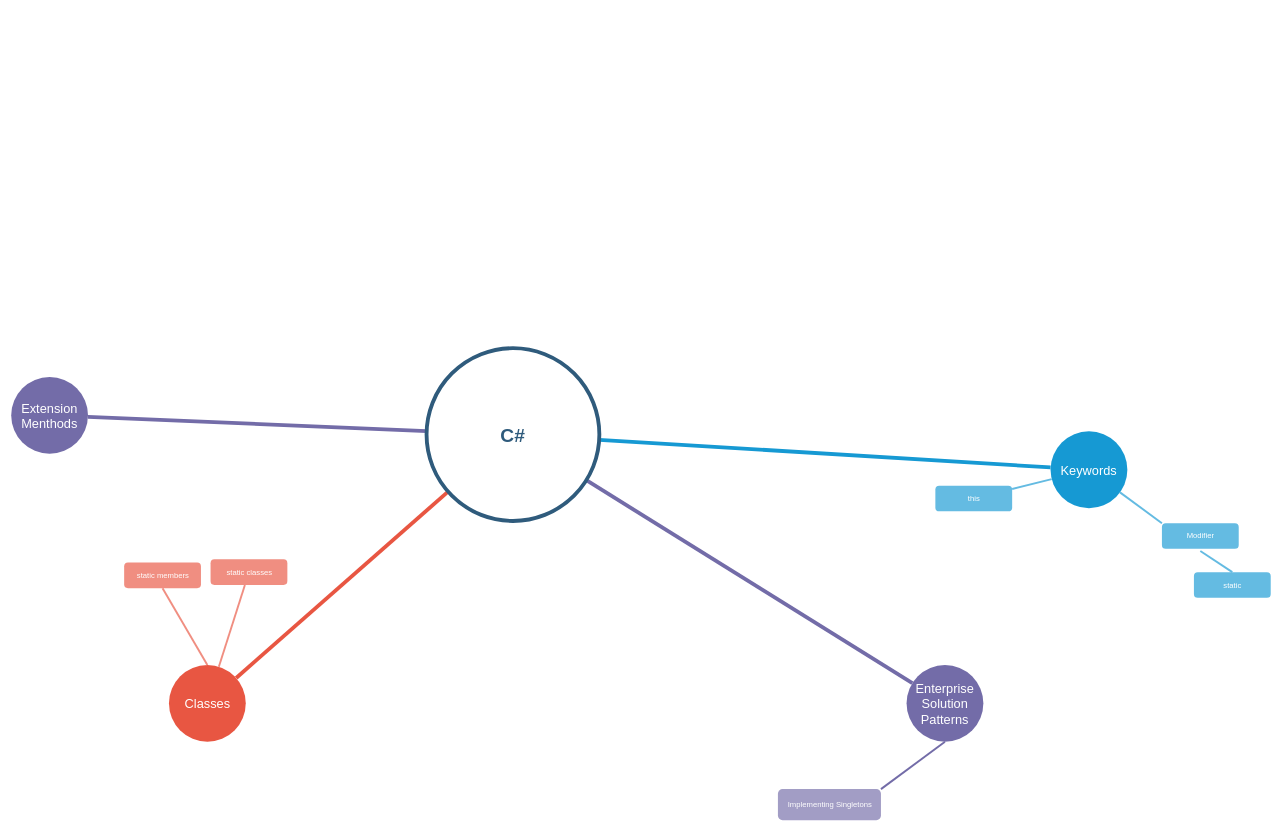
muksiddheswar/Mind-Maps keeps this draw.io diagram as CSharp/C#.drawio. Above is the earlier version. Source tidied: cells renumbered, new cells numbered last; positions are measured from the earlier drawing's top-left corner, leaving out a move shared by most shapes. Both pictures are drawn from the tidied source at 64%, with x=0, y=0 at pixel (11, 348).
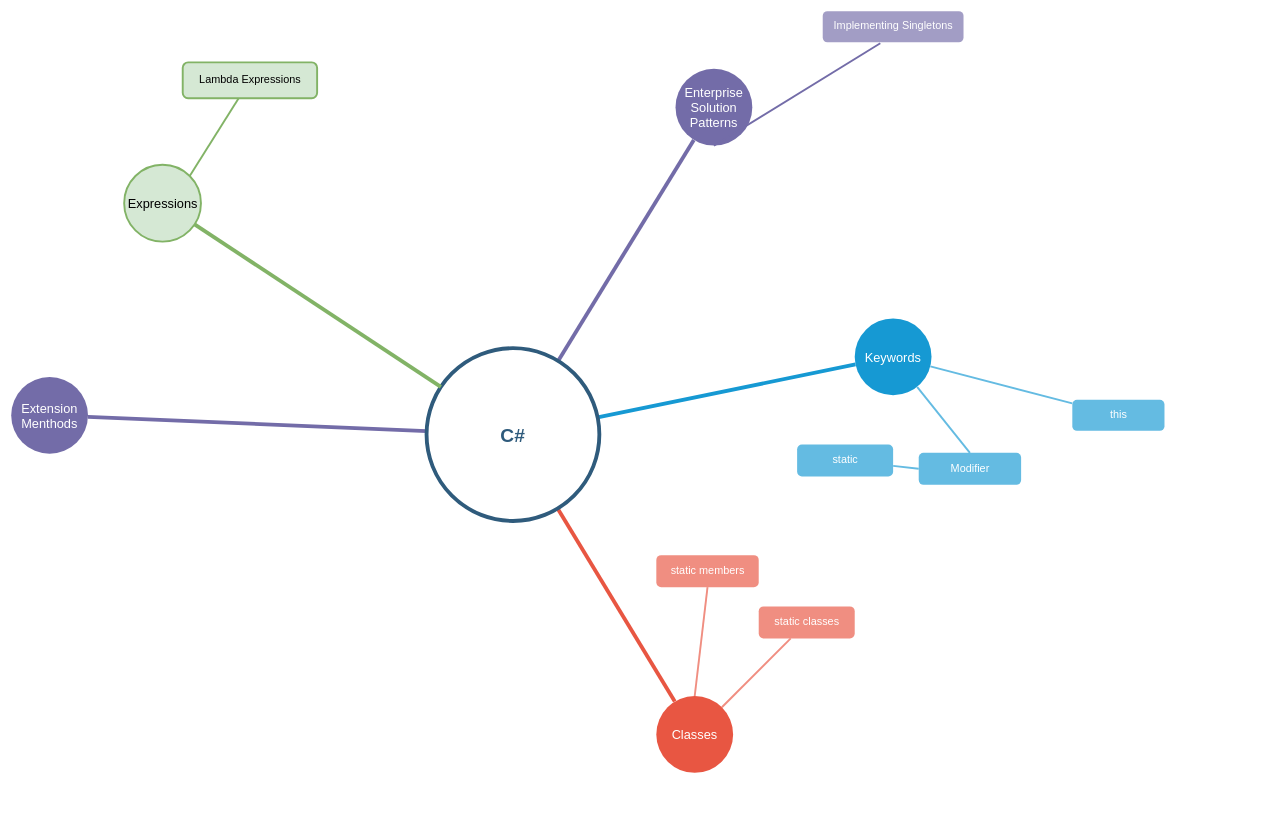
Above is the later version.

Commit message:
Lambda expressions

Unchanged cells that the change refers to:
```xml
<mxCell id="15" value="C#" style="ellipse;whiteSpace=wrap;html=1;shadow=0;fontFamily=Helvetica;fontSize=30;fontColor=#2F5B7C;align=center;strokeColor=#2F5B7C;strokeWidth=6;fillColor=#FFFFFF;fontStyle=1;gradientColor=none;" parent="1" vertex="1">
  <mxGeometry x="649" y="0.5" width="270" height="270" as="geometry" />
</mxCell>
```

What changed in the source:
```diff
@@
     <mxCell id="2" value="Keywords" style="ellipse;whiteSpace=wrap;html=1;shadow=0;fontFamily=Helvetica;fontSize=20;fontColor=#FFFFFF;align=center;strokeWidth=3;fillColor=#1699D3;strokeColor=none;" parent="1" vertex="1">
-      <mxGeometry x="1624" y="130.5" width="120" height="120" as="geometry" />
+      <mxGeometry x="1318" y="-46" width="120" height="120" as="geometry" />
     </mxCell>
     <mxCell id="3" value="Enterprise Solution Patterns" style="ellipse;whiteSpace=wrap;html=1;shadow=0;fontFamily=Helvetica;fontSize=20;fontColor=#FFFFFF;align=center;strokeWidth=3;fillColor=#736ca8;strokeColor=none;" parent="1" vertex="1">
-      <mxGeometry x="1399" y="495.5" width="120" height="120" as="geometry" />
+      <mxGeometry x="1038" y="-436" width="120" height="120" as="geometry" />
     </mxCell>
     <mxCell id="4" value="Classes" style="ellipse;whiteSpace=wrap;html=1;shadow=0;fontFamily=Helvetica;fontSize=20;fontColor=#FFFFFF;align=center;strokeWidth=3;fillColor=#E85642;strokeColor=none;" parent="1" vertex="1">
-      <mxGeometry x="246.5" y="495.5" width="120" height="120" as="geometry" />
+      <mxGeometry x="1008" y="544" width="120" height="120" as="geometry" />
     </mxCell>
@@
-    <mxCell id="9" value="this" style="rounded=1;fillColor=#64BBE2;strokeColor=none;strokeWidth=3;shadow=0;html=1;fontColor=#FFFFFF;" parent="1" vertex="1">
-      <mxGeometry x="1444" y="215.5" width="120" height="40" as="geometry" />
+    <mxCell id="9" value="this" style="rounded=1;fillColor=#64BBE2;strokeColor=none;strokeWidth=3;shadow=0;html=1;fontColor=#FFFFFF;fontSize=17;" parent="1" vertex="1">
+      <mxGeometry x="1658" y="81.2" width="144" height="48.5" as="geometry" />
     </mxCell>
@@
-    <mxCell id="11" value="Implementing Singletons" style="rounded=1;fillColor=#a29dc5;strokeColor=none;strokeWidth=3;shadow=0;html=1;fontColor=#FFFFFF;" parent="1" vertex="1">
-      <mxGeometry x="1198" y="689.5" width="161" height="48.5" as="geometry" />
+    <mxCell id="11" value="Implementing Singletons" style="rounded=1;fillColor=#a29dc5;strokeColor=none;strokeWidth=3;shadow=0;html=1;fontColor=#FFFFFF;fontSize=17;" parent="1" vertex="1">
+      <mxGeometry x="1268" y="-526" width="220" height="48.5" as="geometry" />
     </mxCell>
-    <mxCell id="12" value="static classes" style="rounded=1;fillColor=#f08e81;strokeColor=none;strokeWidth=3;shadow=0;html=1;fontColor=#FFFFFF;" parent="1" vertex="1">
-      <mxGeometry x="311.5" y="330.5" width="120" height="40" as="geometry" />
+    <mxCell id="12" value="static classes" style="rounded=1;fillColor=#f08e81;strokeColor=none;strokeWidth=3;shadow=0;html=1;fontColor=#FFFFFF;fontSize=17;" parent="1" vertex="1">
+      <mxGeometry x="1168" y="404" width="150" height="50" as="geometry" />
     </mxCell>
-    <mxCell id="13" value="static members" style="rounded=1;fillColor=#f08e81;strokeColor=none;strokeWidth=3;shadow=0;html=1;fontColor=#FFFFFF;" parent="1" vertex="1">
-      <mxGeometry x="176.5" y="335.5" width="120" height="40" as="geometry" />
+    <mxCell id="13" value="static members" style="rounded=1;fillColor=#f08e81;strokeColor=none;strokeWidth=3;shadow=0;html=1;fontColor=#FFFFFF;fontSize=17;" parent="1" vertex="1">
+      <mxGeometry x="1008" y="324" width="160" height="50" as="geometry" />
     </mxCell>
@@
-    <mxCell id="17" value="Modifier" style="rounded=1;fillColor=#64BBE2;strokeColor=none;strokeWidth=3;shadow=0;html=1;fontColor=#FFFFFF;" parent="1" vertex="1">
-      <mxGeometry x="1798" y="274" width="120" height="40" as="geometry" />
+    <mxCell id="17" value="Modifier" style="rounded=1;fillColor=#64BBE2;strokeColor=none;strokeWidth=3;shadow=0;html=1;fontColor=#FFFFFF;fontSize=17;" parent="1" vertex="1">
+      <mxGeometry x="1418" y="164" width="160" height="50" as="geometry" />
     </mxCell>
-    <mxCell id="18" style="edgeStyle=none;endArrow=none;strokeWidth=3;strokeColor=#64BBE2;html=1;entryX=0;entryY=0;entryDx=0;entryDy=0;" parent="1" edge="1" source="2" target="17">
+    <mxCell id="18" style="edgeStyle=none;endArrow=none;strokeWidth=3;strokeColor=#64BBE2;html=1;entryX=0.5;entryY=0;entryDx=0;entryDy=0;" parent="1" edge="1" source="2" target="17">
       <mxGeometry x="-14" y="206.5" as="geometry" />
     </mxCell>
-    <mxCell id="19" value="static" style="rounded=1;fillColor=#64BBE2;strokeColor=none;strokeWidth=3;shadow=0;html=1;fontColor=#FFFFFF;" parent="1" vertex="1">
-      <mxGeometry x="1848" y="350.5" width="120" height="40" as="geometry" />
+    <mxCell id="19" value="static" style="rounded=1;fillColor=#64BBE2;strokeColor=none;strokeWidth=3;shadow=0;html=1;fontColor=#FFFFFF;fontSize=17;" parent="1" vertex="1">
+      <mxGeometry x="1228" y="151" width="150" height="50" as="geometry" />
     </mxCell>
-    <mxCell id="20" style="edgeStyle=none;endArrow=none;strokeWidth=3;strokeColor=#64BBE2;html=1;entryX=0.5;entryY=1.085;entryDx=0;entryDy=0;entryPerimeter=0;exitX=0.5;exitY=0;exitDx=0;exitDy=0;" parent="1" edge="1" source="19" target="17">
+    <mxCell id="20" style="edgeStyle=none;endArrow=none;strokeWidth=3;strokeColor=#64BBE2;html=1;entryX=0;entryY=0.5;entryDx=0;entryDy=0;" parent="1" edge="1" source="19" target="17">
       <mxGeometry x="-4" y="216.5" as="geometry" />
     </mxCell>
-    <mxCell id="21" style="endArrow=none;strokeWidth=3;strokeColor=#736ca8;html=1;entryX=0.5;entryY=1;entryDx=0;entryDy=0;exitX=1;exitY=0;exitDx=0;exitDy=0;" parent="1" edge="1" source="11" target="3">
-      <mxGeometry relative="1" as="geometry" />
+    <mxCell id="21" style="endArrow=none;strokeWidth=3;strokeColor=#736ca8;html=1;entryX=0.5;entryY=1;entryDx=0;entryDy=0;" parent="1" edge="1" target="3">
+      <mxGeometry relative="1" as="geometry">
+        <mxPoint x="1358" y="-476" as="sourcePoint" />
+      </mxGeometry>
     </mxCell>
@@
+    <mxCell id="23" style="endArrow=none;strokeWidth=6;strokeColor=#82b366;html=1;fillColor=#d5e8d4;" parent="1" edge="1" source="15" target="24">
+      <mxGeometry relative="1" as="geometry" />
+    </mxCell>
+    <mxCell id="24" value="Expressions" style="ellipse;whiteSpace=wrap;html=1;shadow=0;fontFamily=Helvetica;fontSize=20;align=center;strokeWidth=3;fillColor=#d5e8d4;strokeColor=#82b366;" parent="1" vertex="1">
+      <mxGeometry x="176.5" y="-286" width="120" height="120" as="geometry" />
+    </mxCell>
+    <mxCell id="25" value="Lambda Expressions" style="rounded=1;fillColor=#d5e8d4;strokeColor=#82b366;strokeWidth=3;shadow=0;html=1;fontSize=17;" parent="1" vertex="1">
+      <mxGeometry x="268" y="-446" width="210" height="56" as="geometry" />
+    </mxCell>
+    <mxCell id="26" style="edgeStyle=none;endArrow=none;strokeWidth=3;strokeColor=#82b366;html=1;exitX=1;exitY=0;exitDx=0;exitDy=0;fillColor=#d5e8d4;" parent="1" edge="1" source="24" target="25">
+      <mxGeometry x="188.5" y="51.5" as="geometry" />
+    </mxCell>
```
